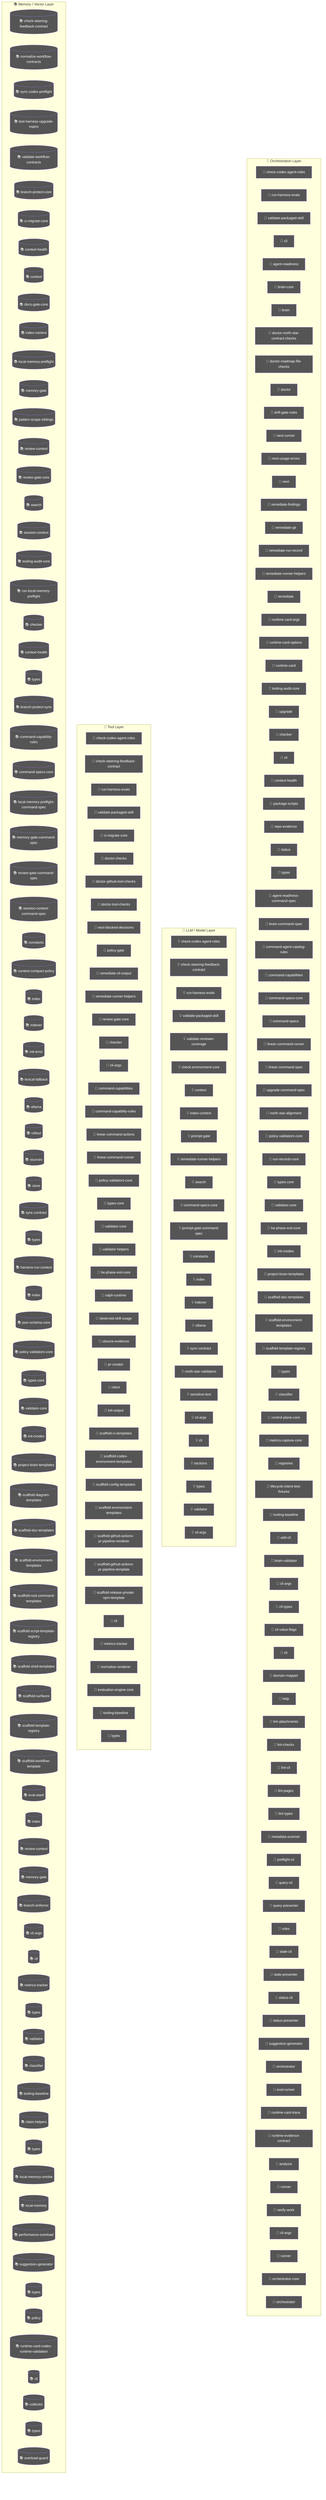
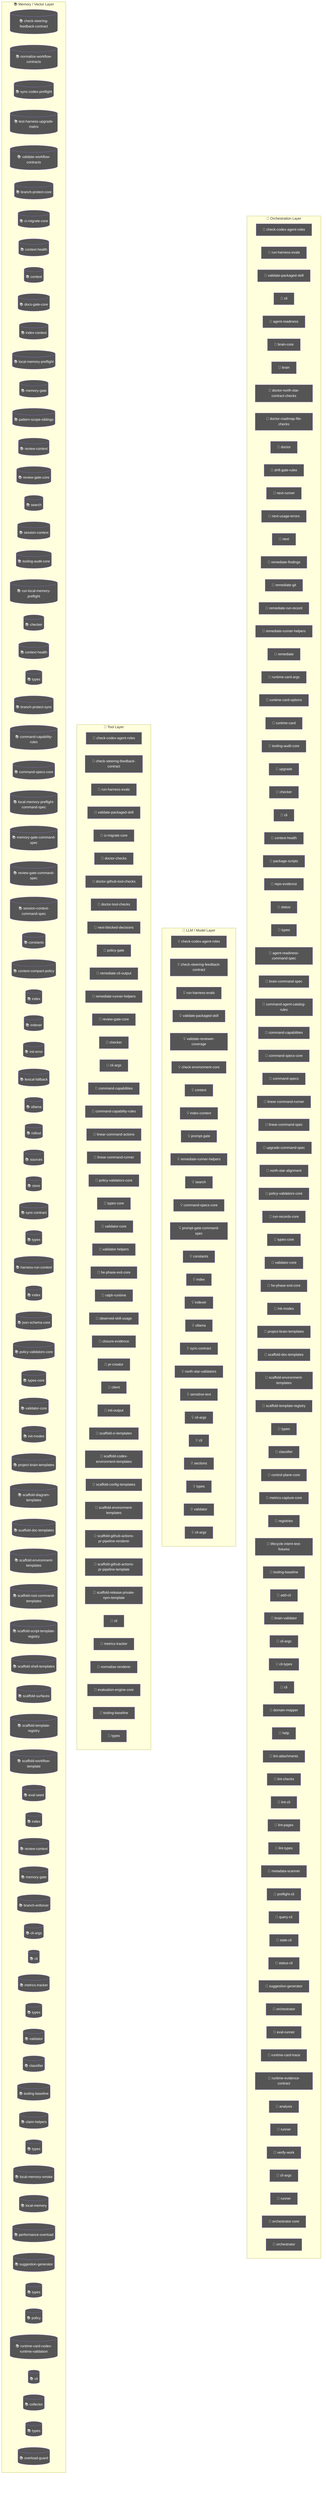
flowchart TD
  subgraph Orchestration["🎯 Orchestration Layer"]
    node_agent_mmd_orchestration_layer_orchestration_chec_7a9f0b64["🤖 check-codex-agent-roles"]
    node_agent_mmd_orchestration_layer_orchestration_run__18817957["🤖 run-harness-evals"]
    node_agent_mmd_orchestration_layer_orchestration_vali_c01b04be["🤖 validate-packaged-skill"]
    cli_99bb8840["🤖 cli"]
    agent_readiness_c82c68e6["🤖 agent-readiness"]
    brain_core_aa07c380["🤖 brain-core"]
    brain_bbbf7a64["🤖 brain"]
    doctor_north_star_contract_checks_0048124c["🤖 doctor-north-star-contract-checks"]
    doctor_roadmap_file_checks_14447b8e["🤖 doctor-roadmap-file-checks"]
    doctor_72f4be89["🤖 doctor"]
    drift_gate_rules_9685e72d["🤖 drift-gate-rules"]
    next_runner_41643472["🤖 next-runner"]
    next_usage_errors_837a345a["🤖 next-usage-errors"]
    next_c6c1c9a9["🤖 next"]
    remediate_findings_8b09c8c6["🤖 remediate-findings"]
    remediate_git_58c6f6f4["🤖 remediate-git"]
    remediate_run_record_9dfe5dc1["🤖 remediate-run-record"]
    node_agent_mmd_orchestration_layer_orchestration_reme_359fe98f["🤖 remediate-runner-helpers"]
    remediate_06b9c7fc["🤖 remediate"]
    runtime_card_args_2b3d4b28["🤖 runtime-card-args"]
    runtime_card_options_c9156ad5["🤖 runtime-card-options"]
    runtime_card_e06b53e1["🤖 runtime-card"]
    node_agent_mmd_orchestration_layer_orchestration_tool_acfe0c01["🤖 tooling-audit-core"]
    upgrade_7fef9479["🤖 upgrade"]
    node_agent_mmd_orchestration_layer_orchestration_chec_0550c395["🤖 checker"]
    cli_1_084e05fe["🤖 cli"]
    node_agent_mmd_orchestration_layer_orchestration_cont_61b3b9c9["🤖 context-health"]
    package_scripts_3ee6150f["🤖 package-scripts"]
    repo_evidence_38bb1de5["🤖 repo-evidence"]
    status_073c1634["🤖 status"]
    node_agent_mmd_orchestration_layer_orchestration_type_4f906dcc["🤖 types"]
    agent_readiness_command_spec_a30c2c1e["🤖 agent-readiness-command-spec"]
    brain_command_spec_15b122d5["🤖 brain-command-spec"]
    command_agent_catalog_rules_8e06b2af["🤖 command-agent-catalog-rules"]
    node_agent_mmd_orchestration_layer_orchestration_comm_6e41a7f7["🤖 command-capabilities"]
    node_agent_mmd_orchestration_layer_orchestration_comm_1f8cc24c["🤖 command-specs-core"]
    command_specs_69167c63["🤖 command-specs"]
    node_agent_mmd_orchestration_layer_orchestration_line_b67affd5["🤖 linear-command-runner"]
    linear_command_spec_1e12dd44["🤖 linear-command-spec"]
    upgrade_command_spec_03f6c7bd["🤖 upgrade-command-spec"]
    north_star_alignment_00440188["🤖 north-star-alignment"]
    node_agent_mmd_orchestration_layer_orchestration_poli_3270b55d["🤖 policy-validators-core"]
    run_records_core_89286dfa["🤖 run-records-core"]
    node_agent_mmd_orchestration_layer_orchestration_type_7cf81261["🤖 types-core"]
    node_agent_mmd_orchestration_layer_orchestration_vali_d9fe99e6["🤖 validator-core"]
    node_agent_mmd_orchestration_layer_orchestration_he_p_fc778c24["🤖 he-phase-exit-core"]
    node_agent_mmd_orchestration_layer_orchestration_init_2a9c3ecb["🤖 init-modes"]
    node_agent_mmd_orchestration_layer_orchestration_proj_6ab6f60f["🤖 project-brain-templates"]
    node_agent_mmd_orchestration_layer_orchestration_scaf_12cc07db["🤖 scaffold-doc-templates"]
    node_agent_mmd_orchestration_layer_orchestration_scaf_c9a90c2f["🤖 scaffold-environment-templates"]
    node_agent_mmd_orchestration_layer_orchestration_scaf_ff8f92f6["🤖 scaffold-template-registry"]
    types_13_d025517b["🤖 types"]
    node_agent_mmd_orchestration_layer_orchestration_clas_899b821a["🤖 classifier"]
    control_plane_core_db3b4cb2["🤖 control-plane-core"]
    metrics_capture_core_db4bf7cf["🤖 metrics-capture-core"]
    registries_06402afa["🤖 registries"]
    lifecycle_intent_test_fixtures_a53c7ada["🤖 lifecycle-intent-test-fixtures"]
    node_agent_mmd_orchestration_layer_orchestration_tool_cc43149f["🤖 tooling-baseline"]
    add_cli_7614de25["🤖 add-cli"]
    brain_validator_be251832["🤖 brain-validator"]
    cli_args_8_d546936e["🤖 cli-args"]
    cli_types_1686e858["🤖 cli-types"]
-     cli_value_flags_732a8e43["🤖 cli-value-flags"]
    cli_9_b54c1407["🤖 cli"]
    domain_mapper_cd9333d2["🤖 domain-mapper"]
    help_106a5842["🤖 help"]
    lint_attachments_873c0632["🤖 lint-attachments"]
    lint_checks_83522b19["🤖 lint-checks"]
    lint_cli_9ec62ec0["🤖 lint-cli"]
    lint_pages_e33301d0["🤖 lint-pages"]
    lint_types_2862c255["🤖 lint-types"]
    metadata_scanner_6a101b66["🤖 metadata-scanner"]
    preflight_cli_5d148379["🤖 preflight-cli"]
    query_cli_b95be64d["🤖 query-cli"]
-     query_presenter_02e6077c["🤖 query-presenter"]
-     rules_6c621d1a["🤖 rules"]
    stale_cli_64548720["🤖 stale-cli"]
-     stale_presenter_1de4e3a2["🤖 stale-presenter"]
    status_cli_4c24a0d6["🤖 status-cli"]
-     status_presenter_8de686c1["🤖 status-presenter"]
    node_agent_mmd_orchestration_layer_orchestration_sugg_85c5ebe3["🤖 suggestion-generator"]
    orchestrator_11376b7e["🤖 orchestrator"]
    eval_runner_0966a6b3["🤖 eval-runner"]
    runtime_card_trace_64a5ca95["🤖 runtime-card-trace"]
    runtime_evidence_contract_0f7b15b2["🤖 runtime-evidence-contract"]
    analysis_f44e85c4["🤖 analysis"]
    runner_527aa9f4["🤖 runner"]
    verify_work_1_cd8e7ec3["🤖 verify-work"]
    cli_args_14_3481043e["🤖 cli-args"]
    runner_1_6f281bf8["🤖 runner"]
    orchestrator_core_d0678b53["🤖 orchestrator-core"]
    orchestrator_1_6b7137c5["🤖 orchestrator"]
  end
  subgraph LLMLayer["🧠 LLM / Model Layer"]
    node_agent_mmd_llm_model_layer_llmlayer_check_codex_a_29e7b7fa["💡 check-codex-agent-roles"]
    node_agent_mmd_llm_model_layer_llmlayer_check_steerin_a7dbbd2f["💡 check-steering-feedback-contract"]
    node_agent_mmd_llm_model_layer_llmlayer_run_harness_e_603fcfdc["💡 run-harness-evals"]
    node_agent_mmd_llm_model_layer_llmlayer_validate_pack_2a12e1f4["💡 validate-packaged-skill"]
    validate_reviewer_coverage_251efee3["💡 validate-reviewer-coverage"]
    check_environment_core_2c16213f["💡 check-environment-core"]
    node_agent_mmd_llm_model_layer_llmlayer_context_conte_ad2dfbd9["💡 context"]
    node_agent_mmd_llm_model_layer_llmlayer_index_context_1041bd11["💡 index-context"]
    prompt_gate_c5e9d207["💡 prompt-gate"]
    node_agent_mmd_llm_model_layer_llmlayer_remediate_run_9e3d4585["💡 remediate-runner-helpers"]
    node_agent_mmd_llm_model_layer_llmlayer_search_search_66b9a911["💡 search"]
    node_agent_mmd_llm_model_layer_llmlayer_command_specs_782af9fa["💡 command-specs-core"]
    prompt_gate_command_spec_9a941482["💡 prompt-gate-command-spec"]
    node_agent_mmd_llm_model_layer_llmlayer_constants_con_c9bd3f6c["💡 constants"]
    node_agent_mmd_llm_model_layer_llmlayer_index_index_1_02e160ff["💡 index"]
    node_agent_mmd_llm_model_layer_llmlayer_indexer_index_4f4deef5["💡 indexer"]
    node_agent_mmd_llm_model_layer_llmlayer_ollama_ollama_968b23fa["💡 ollama"]
    node_agent_mmd_llm_model_layer_llmlayer_sync_contract_9f3cc8c1["💡 sync-contract"]
    north_star_validators_cfc926ce["💡 north-star-validators"]
    sensitive_text_7c11f760["💡 sensitive-text"]
    cli_args_9_9c136878["💡 cli-args"]
    cli_10_35dc8cbd["💡 cli"]
    sections_4697ef32["💡 sections"]
    types_23_4352ee2e["💡 types"]
    validator_6_3688adbf["💡 validator"]
    cli_args_10_861cdd3f["💡 cli-args"]
  end
  subgraph ToolLayer["🔧 Tool Layer"]
    node_agent_mmd_tool_layer_toollayer_check_codex_agent_4b361d5a["🔧 check-codex-agent-roles"]
    node_agent_mmd_tool_layer_toollayer_check_steering_fe_84ed22c2["🔧 check-steering-feedback-contract"]
    node_agent_mmd_tool_layer_toollayer_run_harness_evals_e2ee24f1["🔧 run-harness-evals"]
    node_agent_mmd_tool_layer_toollayer_validate_packaged_2855c827["🔧 validate-packaged-skill"]
    node_agent_mmd_tool_layer_toollayer_ci_migrate_core_c_049f8460["🔧 ci-migrate-core"]
    doctor_checks_5a2eb2b9["🔧 doctor-checks"]
    doctor_github_tool_checks_a53b0382["🔧 doctor-github-tool-checks"]
    doctor_tool_checks_4acac51a["🔧 doctor-tool-checks"]
    next_blocked_decisions_4140ad2b["🔧 next-blocked-decisions"]
    policy_gate_213f7313["🔧 policy-gate"]
    remediate_cli_output_cc165396["🔧 remediate-cli-output"]
    node_agent_mmd_tool_layer_toollayer_remediate_runner__c003b871["🔧 remediate-runner-helpers"]
    node_agent_mmd_tool_layer_toollayer_review_gate_core__7704598b["🔧 review-gate-core"]
    node_agent_mmd_tool_layer_toollayer_checker_checker_2_453d593b["🔧 checker"]
    cli_args_1_6144b055["🔧 cli-args"]
    node_agent_mmd_tool_layer_toollayer_command_capabilit_7fe13db1["🔧 command-capabilities"]
    node_agent_mmd_tool_layer_toollayer_command_capabilit_e97a4615["🔧 command-capability-rules"]
    linear_command_actions_e430f4f4["🔧 linear-command-actions"]
    node_agent_mmd_tool_layer_toollayer_linear_command_ru_d6763748["🔧 linear-command-runner"]
    node_agent_mmd_tool_layer_toollayer_policy_validators_af136abf["🔧 policy-validators-core"]
    node_agent_mmd_tool_layer_toollayer_types_core_types__6c8319b6["🔧 types-core"]
    node_agent_mmd_tool_layer_toollayer_validator_core_va_6ef6131f["🔧 validator-core"]
    validator_helpers_7b927667["🔧 validator-helpers"]
    node_agent_mmd_tool_layer_toollayer_he_phase_exit_cor_af016160["🔧 he-phase-exit-core"]
    ralph_runtime_73d63c0e["🔧 ralph-runtime"]
    observed_skill_usage_ed7d5930["🔧 observed-skill-usage"]
    closure_evidence_aaa31467["🔧 closure-evidence"]
    pr_creator_dc6b1ea4["🔧 pr-creator"]
    client_948fe603["🔧 client"]
    init_output_360dce91["🔧 init-output"]
    scaffold_ci_templates_2afd6392["🔧 scaffold-ci-templates"]
    scaffold_codex_environment_templates_334fbbed["🔧 scaffold-codex-environment-templates"]
    scaffold_config_templates_4b80ce53["🔧 scaffold-config-templates"]
    node_agent_mmd_tool_layer_toollayer_scaffold_environm_c1afc013["🔧 scaffold-environment-templates"]
    scaffold_github_actions_pr_pipeline_renderer_1ee18de5["🔧 scaffold-github-actions-pr-pipeline-renderer"]
    scaffold_github_actions_pr_pipeline_template_e2b85f62["🔧 scaffold-github-actions-pr-pipeline-template"]
    scaffold_release_private_npm_template_075499f8["🔧 scaffold-release-private-npm-template"]
    node_agent_mmd_tool_layer_toollayer_cli_cli_2_1_32d9eeaf["🔧 cli"]
    node_agent_mmd_tool_layer_toollayer_metrics_tracker_m_4c9237d8["🔧 metrics-tracker"]
    normalise_renderer_85f2e563["🔧 normalise-renderer"]
    evaluation_engine_core_e054fe49["🔧 evaluation-engine-core"]
    node_agent_mmd_tool_layer_toollayer_tooling_baseline__61e66e9f["🔧 tooling-baseline"]
    types_32_bfe791ff["🔧 types"]
  end
  subgraph MemoryLayer["📚 Memory / Vector Layer"]
    node_agent_mmd_memory_vector_layer_memorylayer_check__d71f8993[("📚 check-steering-feedback-contract")]
    normalize_workflow_contracts_8701f1c8[("📚 normalize-workflow-contracts")]
    sync_codex_preflight_7e7a8dc2[("📚 sync-codex-preflight")]
    test_harness_upgrade_matrix_84113c4e[("📚 test-harness-upgrade-matrix")]
    validate_workflow_contracts_33dc063c[("📚 validate-workflow-contracts")]
    branch_protect_core_a8feb0fd[("📚 branch-protect-core")]
    node_agent_mmd_memory_vector_layer_memorylayer_ci_mig_0cd5b1a4[("📚 ci-migrate-core")]
    context_health_80bb7da9[("📚 context-health")]
    node_agent_mmd_memory_vector_layer_memorylayer_contex_78ceaaa9[("📚 context")]
    docs_gate_core_eb9b6c18[("📚 docs-gate-core")]
    node_agent_mmd_memory_vector_layer_memorylayer_index__6f3402d0[("📚 index-context")]
    local_memory_preflight_dcc36c42[("📚 local-memory-preflight")]
    memory_gate_a577a506[("📚 memory-gate")]
    pattern_scope_siblings_43abe000[("📚 pattern-scope-siblings")]
    review_context_ca6cf81d[("📚 review-context")]
    node_agent_mmd_memory_vector_layer_memorylayer_review_5bee9816[("📚 review-gate-core")]
    node_agent_mmd_memory_vector_layer_memorylayer_search_ac35cb7e[("📚 search")]
    session_context_e5ec72c0[("📚 session-context")]
    node_agent_mmd_memory_vector_layer_memorylayer_toolin_a1185b8f[("📚 tooling-audit-core")]
    run_local_memory_preflight_36e92808[("📚 run-local-memory-preflight")]
    node_agent_mmd_memory_vector_layer_memorylayer_checke_a583eb4f[("📚 checker")]
    node_agent_mmd_memory_vector_layer_memorylayer_contex_fe0865d6[("📚 context-health")]
    node_agent_mmd_memory_vector_layer_memorylayer_types__9ad640a0[("📚 types")]
    branch_protect_sync_570adb18[("📚 branch-protect-sync")]
    node_agent_mmd_memory_vector_layer_memorylayer_comman_c72a5d05[("📚 command-capability-rules")]
    node_agent_mmd_memory_vector_layer_memorylayer_comman_111eb454[("📚 command-specs-core")]
    local_memory_preflight_command_spec_9e23f3ce[("📚 local-memory-preflight-command-spec")]
    memory_gate_command_spec_dc9001a9[("📚 memory-gate-command-spec")]
    review_gate_command_spec_3187376a[("📚 review-gate-command-spec")]
    session_context_command_spec_973afbb1[("📚 session-context-command-spec")]
    node_agent_mmd_memory_vector_layer_memorylayer_consta_702d3f46[("📚 constants")]
    context_compact_policy_3dcaf95d[("📚 context-compact-policy")]
    node_agent_mmd_memory_vector_layer_memorylayer_index__752bc61e[("📚 index")]
    node_agent_mmd_memory_vector_layer_memorylayer_indexe_93e6d86f[("📚 indexer")]
    init_error_5c7dd49f[("📚 init-error")]
    lexical_fallback_723e2b3e[("📚 lexical-fallback")]
    node_agent_mmd_memory_vector_layer_memorylayer_ollama_6d51be16[("📚 ollama")]
    rollout_a4fa034c[("📚 rollout")]
    sources_878a52fc[("📚 sources")]
    store_824d80d7[("📚 store")]
    node_agent_mmd_memory_vector_layer_memorylayer_sync_c_e43418bc[("📚 sync-contract")]
    types_5_f869ec4b[("📚 types")]
    harness_run_context_ac7c77a9[("📚 harness-run-context")]
    index_1_faebc14e[("📚 index")]
    json_schema_core_96d7e328[("📚 json-schema-core")]
    node_agent_mmd_memory_vector_layer_memorylayer_policy_1944de42[("📚 policy-validators-core")]
    node_agent_mmd_memory_vector_layer_memorylayer_types__83f369fa[("📚 types-core")]
    node_agent_mmd_memory_vector_layer_memorylayer_valida_41034356[("📚 validator-core")]
    node_agent_mmd_memory_vector_layer_memorylayer_init_m_333d02c5[("📚 init-modes")]
    node_agent_mmd_memory_vector_layer_memorylayer_projec_3ae304d9[("📚 project-brain-templates")]
    scaffold_diagram_templates_dd88e83c[("📚 scaffold-diagram-templates")]
    node_agent_mmd_memory_vector_layer_memorylayer_scaffo_5fd73b94[("📚 scaffold-doc-templates")]
    node_agent_mmd_memory_vector_layer_memorylayer_scaffo_12b42341[("📚 scaffold-environment-templates")]
    scaffold_root_command_templates_404fed7f[("📚 scaffold-root-command-templates")]
    scaffold_script_template_registry_69312d4e[("📚 scaffold-script-template-registry")]
    scaffold_shell_templates_0ad0f915[("📚 scaffold-shell-templates")]
    scaffold_surfaces_12d6494e[("📚 scaffold-surfaces")]
    node_agent_mmd_memory_vector_layer_memorylayer_scaffo_a86eece1[("📚 scaffold-template-registry")]
    scaffold_workflow_template_92310587[("📚 scaffold-workflow-template")]
    eval_seed_5699fd3e[("📚 eval-seed")]
    index_6_fc9e91e2[("📚 index")]
    review_context_1_e3afed15[("📚 review-context")]
    memory_gate_1_265164ac[("📚 memory-gate")]
    branch_enforcer_acb749cd[("📚 branch-enforcer")]
    cli_args_5_09ea29f0[("📚 cli-args")]
    node_agent_mmd_memory_vector_layer_memorylayer_cli_cl_1f1f89ab[("📚 cli")]
    node_agent_mmd_memory_vector_layer_memorylayer_metric_12562178[("📚 metrics-tracker")]
    types_15_86775c96[("📚 types")]
    validator_4_5180cf23[("📚 validator")]
    node_agent_mmd_memory_vector_layer_memorylayer_classi_1ebbf5ff[("📚 classifier")]
    node_agent_mmd_memory_vector_layer_memorylayer_toolin_14f86b00[("📚 tooling-baseline")]
    claim_helpers_20dc8387[("📚 claim-helpers")]
    types_20_071a0112[("📚 types")]
    local_memory_smoke_1175abfc[("📚 local-memory-smoke")]
    local_memory_0db17ecc[("📚 local-memory")]
    performance_overload_c685bfcf[("📚 performance-overload")]
    node_agent_mmd_memory_vector_layer_memorylayer_sugges_267f408d[("📚 suggestion-generator")]
    types_27_4d134744[("📚 types")]
    policy_1_fc4198db[("📚 policy")]
    runtime_card_codex_runtime_validation_d8ce9934[("📚 runtime-card-codex-runtime-validation")]
    cli_11_338a8415[("📚 cli")]
    collector_0736fd5b[("📚 collector")]
    types_30_424b976c[("📚 types")]
    overload_guard_2748c559[("📚 overload-guard")]
  end
  classDef agentNode fill:#555,color:#fff
-   class node_agent_mmd_orchestration_layer_orchestration_chec_7a9f0b64,node_agent_mmd_llm_model_layer_llmlayer_check_codex_a_29e7b7fa,node_agent_mmd_tool_layer_toollayer_check_codex_agent_4b361d5a,node_agent_mmd_orchestration_layer_orchestration_run__18817957,node_agent_mmd_llm_model_layer_llmlayer_run_harness_e_603fcfdc,node_agent_mmd_tool_layer_toollayer_run_harness_evals_e2ee24f1,node_agent_mmd_orchestration_layer_orchestration_vali_c01b04be,node_agent_mmd_llm_model_layer_llmlayer_validate_pack_2a12e1f4,node_agent_mmd_tool_layer_toollayer_validate_packaged_2855c827,cli_99bb8840,agent_readiness_c82c68e6,brain_core_aa07c380,brain_bbbf7a64,doctor_north_star_contract_checks_0048124c,doctor_roadmap_file_checks_14447b8e,doctor_72f4be89,drift_gate_rules_9685e72d,next_runner_41643472,next_usage_errors_837a345a,next_c6c1c9a9,remediate_findings_8b09c8c6,remediate_git_58c6f6f4,remediate_run_record_9dfe5dc1,node_agent_mmd_orchestration_layer_orchestration_reme_359fe98f,node_agent_mmd_llm_model_layer_llmlayer_remediate_run_9e3d4585,node_agent_mmd_tool_layer_toollayer_remediate_runner__c003b871,remediate_06b9c7fc,runtime_card_args_2b3d4b28,runtime_card_options_c9156ad5,runtime_card_e06b53e1,node_agent_mmd_orchestration_layer_orchestration_tool_acfe0c01,node_agent_mmd_memory_vector_layer_memorylayer_toolin_a1185b8f,upgrade_7fef9479,node_agent_mmd_orchestration_layer_orchestration_chec_0550c395,node_agent_mmd_tool_layer_toollayer_checker_checker_2_453d593b,node_agent_mmd_memory_vector_layer_memorylayer_checke_a583eb4f,cli_1_084e05fe,node_agent_mmd_orchestration_layer_orchestration_cont_61b3b9c9,node_agent_mmd_memory_vector_layer_memorylayer_contex_fe0865d6,package_scripts_3ee6150f,repo_evidence_38bb1de5,status_073c1634,node_agent_mmd_orchestration_layer_orchestration_type_4f906dcc,node_agent_mmd_memory_vector_layer_memorylayer_types__9ad640a0,agent_readiness_command_spec_a30c2c1e,brain_command_spec_15b122d5,command_agent_catalog_rules_8e06b2af,node_agent_mmd_orchestration_layer_orchestration_comm_6e41a7f7,node_agent_mmd_tool_layer_toollayer_command_capabilit_7fe13db1,node_agent_mmd_orchestration_layer_orchestration_comm_1f8cc24c,node_agent_mmd_llm_model_layer_llmlayer_command_specs_782af9fa,node_agent_mmd_memory_vector_layer_memorylayer_comman_111eb454,command_specs_69167c63,node_agent_mmd_orchestration_layer_orchestration_line_b67affd5,node_agent_mmd_tool_layer_toollayer_linear_command_ru_d6763748,linear_command_spec_1e12dd44,upgrade_command_spec_03f6c7bd,north_star_alignment_00440188,node_agent_mmd_orchestration_layer_orchestration_poli_3270b55d,node_agent_mmd_tool_layer_toollayer_policy_validators_af136abf,node_agent_mmd_memory_vector_layer_memorylayer_policy_1944de42,run_records_core_89286dfa,node_agent_mmd_orchestration_layer_orchestration_type_7cf81261,node_agent_mmd_tool_layer_toollayer_types_core_types__6c8319b6,node_agent_mmd_memory_vector_layer_memorylayer_types__83f369fa,node_agent_mmd_orchestration_layer_orchestration_vali_d9fe99e6,node_agent_mmd_tool_layer_toollayer_validator_core_va_6ef6131f,node_agent_mmd_memory_vector_layer_memorylayer_valida_41034356,node_agent_mmd_orchestration_layer_orchestration_he_p_fc778c24,node_agent_mmd_tool_layer_toollayer_he_phase_exit_cor_af016160,node_agent_mmd_orchestration_layer_orchestration_init_2a9c3ecb,node_agent_mmd_memory_vector_layer_memorylayer_init_m_333d02c5,node_agent_mmd_orchestration_layer_orchestration_proj_6ab6f60f,node_agent_mmd_memory_vector_layer_memorylayer_projec_3ae304d9,node_agent_mmd_orchestration_layer_orchestration_scaf_12cc07db,node_agent_mmd_memory_vector_layer_memorylayer_scaffo_5fd73b94,node_agent_mmd_orchestration_layer_orchestration_scaf_c9a90c2f,node_agent_mmd_tool_layer_toollayer_scaffold_environm_c1afc013,node_agent_mmd_memory_vector_layer_memorylayer_scaffo_12b42341,node_agent_mmd_orchestration_layer_orchestration_scaf_ff8f92f6,node_agent_mmd_memory_vector_layer_memorylayer_scaffo_a86eece1,types_13_d025517b,node_agent_mmd_orchestration_layer_orchestration_clas_899b821a,node_agent_mmd_memory_vector_layer_memorylayer_classi_1ebbf5ff,control_plane_core_db3b4cb2,metrics_capture_core_db4bf7cf,registries_06402afa,lifecycle_intent_test_fixtures_a53c7ada,node_agent_mmd_orchestration_layer_orchestration_tool_cc43149f,node_agent_mmd_tool_layer_toollayer_tooling_baseline__61e66e9f,node_agent_mmd_memory_vector_layer_memorylayer_toolin_14f86b00,add_cli_7614de25,brain_validator_be251832,cli_args_8_d546936e,cli_types_1686e858,cli_value_flags_732a8e43,cli_9_b54c1407,domain_mapper_cd9333d2,help_106a5842,lint_attachments_873c0632,lint_checks_83522b19,lint_cli_9ec62ec0,lint_pages_e33301d0,lint_types_2862c255,metadata_scanner_6a101b66,preflight_cli_5d148379,query_cli_b95be64d,query_presenter_02e6077c,rules_6c621d1a,stale_cli_64548720,stale_presenter_1de4e3a2,status_cli_4c24a0d6,status_presenter_8de686c1,node_agent_mmd_orchestration_layer_orchestration_sugg_85c5ebe3,node_agent_mmd_memory_vector_layer_memorylayer_sugges_267f408d,orchestrator_11376b7e,eval_runner_0966a6b3,runtime_card_trace_64a5ca95,runtime_evidence_contract_0f7b15b2,analysis_f44e85c4,runner_527aa9f4,verify_work_1_cd8e7ec3,cli_args_14_3481043e,runner_1_6f281bf8,orchestrator_core_d0678b53,orchestrator_1_6b7137c5 agentNode
+   class node_agent_mmd_orchestration_layer_orchestration_chec_7a9f0b64,node_agent_mmd_llm_model_layer_llmlayer_check_codex_a_29e7b7fa,node_agent_mmd_tool_layer_toollayer_check_codex_agent_4b361d5a,node_agent_mmd_orchestration_layer_orchestration_run__18817957,node_agent_mmd_llm_model_layer_llmlayer_run_harness_e_603fcfdc,node_agent_mmd_tool_layer_toollayer_run_harness_evals_e2ee24f1,node_agent_mmd_orchestration_layer_orchestration_vali_c01b04be,node_agent_mmd_llm_model_layer_llmlayer_validate_pack_2a12e1f4,node_agent_mmd_tool_layer_toollayer_validate_packaged_2855c827,cli_99bb8840,agent_readiness_c82c68e6,brain_core_aa07c380,brain_bbbf7a64,doctor_north_star_contract_checks_0048124c,doctor_roadmap_file_checks_14447b8e,doctor_72f4be89,drift_gate_rules_9685e72d,next_runner_41643472,next_usage_errors_837a345a,next_c6c1c9a9,remediate_findings_8b09c8c6,remediate_git_58c6f6f4,remediate_run_record_9dfe5dc1,node_agent_mmd_orchestration_layer_orchestration_reme_359fe98f,node_agent_mmd_llm_model_layer_llmlayer_remediate_run_9e3d4585,node_agent_mmd_tool_layer_toollayer_remediate_runner__c003b871,remediate_06b9c7fc,runtime_card_args_2b3d4b28,runtime_card_options_c9156ad5,runtime_card_e06b53e1,node_agent_mmd_orchestration_layer_orchestration_tool_acfe0c01,node_agent_mmd_memory_vector_layer_memorylayer_toolin_a1185b8f,upgrade_7fef9479,node_agent_mmd_orchestration_layer_orchestration_chec_0550c395,node_agent_mmd_tool_layer_toollayer_checker_checker_2_453d593b,node_agent_mmd_memory_vector_layer_memorylayer_checke_a583eb4f,cli_1_084e05fe,node_agent_mmd_orchestration_layer_orchestration_cont_61b3b9c9,node_agent_mmd_memory_vector_layer_memorylayer_contex_fe0865d6,package_scripts_3ee6150f,repo_evidence_38bb1de5,status_073c1634,node_agent_mmd_orchestration_layer_orchestration_type_4f906dcc,node_agent_mmd_memory_vector_layer_memorylayer_types__9ad640a0,agent_readiness_command_spec_a30c2c1e,brain_command_spec_15b122d5,command_agent_catalog_rules_8e06b2af,node_agent_mmd_orchestration_layer_orchestration_comm_6e41a7f7,node_agent_mmd_tool_layer_toollayer_command_capabilit_7fe13db1,node_agent_mmd_orchestration_layer_orchestration_comm_1f8cc24c,node_agent_mmd_llm_model_layer_llmlayer_command_specs_782af9fa,node_agent_mmd_memory_vector_layer_memorylayer_comman_111eb454,command_specs_69167c63,node_agent_mmd_orchestration_layer_orchestration_line_b67affd5,node_agent_mmd_tool_layer_toollayer_linear_command_ru_d6763748,linear_command_spec_1e12dd44,upgrade_command_spec_03f6c7bd,north_star_alignment_00440188,node_agent_mmd_orchestration_layer_orchestration_poli_3270b55d,node_agent_mmd_tool_layer_toollayer_policy_validators_af136abf,node_agent_mmd_memory_vector_layer_memorylayer_policy_1944de42,run_records_core_89286dfa,node_agent_mmd_orchestration_layer_orchestration_type_7cf81261,node_agent_mmd_tool_layer_toollayer_types_core_types__6c8319b6,node_agent_mmd_memory_vector_layer_memorylayer_types__83f369fa,node_agent_mmd_orchestration_layer_orchestration_vali_d9fe99e6,node_agent_mmd_tool_layer_toollayer_validator_core_va_6ef6131f,node_agent_mmd_memory_vector_layer_memorylayer_valida_41034356,node_agent_mmd_orchestration_layer_orchestration_he_p_fc778c24,node_agent_mmd_tool_layer_toollayer_he_phase_exit_cor_af016160,node_agent_mmd_orchestration_layer_orchestration_init_2a9c3ecb,node_agent_mmd_memory_vector_layer_memorylayer_init_m_333d02c5,node_agent_mmd_orchestration_layer_orchestration_proj_6ab6f60f,node_agent_mmd_memory_vector_layer_memorylayer_projec_3ae304d9,node_agent_mmd_orchestration_layer_orchestration_scaf_12cc07db,node_agent_mmd_memory_vector_layer_memorylayer_scaffo_5fd73b94,node_agent_mmd_orchestration_layer_orchestration_scaf_c9a90c2f,node_agent_mmd_tool_layer_toollayer_scaffold_environm_c1afc013,node_agent_mmd_memory_vector_layer_memorylayer_scaffo_12b42341,node_agent_mmd_orchestration_layer_orchestration_scaf_ff8f92f6,node_agent_mmd_memory_vector_layer_memorylayer_scaffo_a86eece1,types_13_d025517b,node_agent_mmd_orchestration_layer_orchestration_clas_899b821a,node_agent_mmd_memory_vector_layer_memorylayer_classi_1ebbf5ff,control_plane_core_db3b4cb2,metrics_capture_core_db4bf7cf,registries_06402afa,lifecycle_intent_test_fixtures_a53c7ada,node_agent_mmd_orchestration_layer_orchestration_tool_cc43149f,node_agent_mmd_tool_layer_toollayer_tooling_baseline__61e66e9f,node_agent_mmd_memory_vector_layer_memorylayer_toolin_14f86b00,add_cli_7614de25,brain_validator_be251832,cli_args_8_d546936e,cli_types_1686e858,cli_9_b54c1407,domain_mapper_cd9333d2,help_106a5842,lint_attachments_873c0632,lint_checks_83522b19,lint_cli_9ec62ec0,lint_pages_e33301d0,lint_types_2862c255,metadata_scanner_6a101b66,preflight_cli_5d148379,query_cli_b95be64d,stale_cli_64548720,status_cli_4c24a0d6,node_agent_mmd_orchestration_layer_orchestration_sugg_85c5ebe3,node_agent_mmd_memory_vector_layer_memorylayer_sugges_267f408d,orchestrator_11376b7e,eval_runner_0966a6b3,runtime_card_trace_64a5ca95,runtime_evidence_contract_0f7b15b2,analysis_f44e85c4,runner_527aa9f4,verify_work_1_cd8e7ec3,cli_args_14_3481043e,runner_1_6f281bf8,orchestrator_core_d0678b53,orchestrator_1_6b7137c5 agentNode
  classDef llmNode fill:#555,color:#fff
  class node_agent_mmd_orchestration_layer_orchestration_chec_7a9f0b64,node_agent_mmd_llm_model_layer_llmlayer_check_codex_a_29e7b7fa,node_agent_mmd_tool_layer_toollayer_check_codex_agent_4b361d5a,node_agent_mmd_llm_model_layer_llmlayer_check_steerin_a7dbbd2f,node_agent_mmd_tool_layer_toollayer_check_steering_fe_84ed22c2,node_agent_mmd_memory_vector_layer_memorylayer_check__d71f8993,node_agent_mmd_orchestration_layer_orchestration_run__18817957,node_agent_mmd_llm_model_layer_llmlayer_run_harness_e_603fcfdc,node_agent_mmd_tool_layer_toollayer_run_harness_evals_e2ee24f1,node_agent_mmd_orchestration_layer_orchestration_vali_c01b04be,node_agent_mmd_llm_model_layer_llmlayer_validate_pack_2a12e1f4,node_agent_mmd_tool_layer_toollayer_validate_packaged_2855c827,validate_reviewer_coverage_251efee3,check_environment_core_2c16213f,node_agent_mmd_llm_model_layer_llmlayer_context_conte_ad2dfbd9,node_agent_mmd_memory_vector_layer_memorylayer_contex_78ceaaa9,node_agent_mmd_llm_model_layer_llmlayer_index_context_1041bd11,node_agent_mmd_memory_vector_layer_memorylayer_index__6f3402d0,prompt_gate_c5e9d207,node_agent_mmd_orchestration_layer_orchestration_reme_359fe98f,node_agent_mmd_llm_model_layer_llmlayer_remediate_run_9e3d4585,node_agent_mmd_tool_layer_toollayer_remediate_runner__c003b871,node_agent_mmd_llm_model_layer_llmlayer_search_search_66b9a911,node_agent_mmd_memory_vector_layer_memorylayer_search_ac35cb7e,node_agent_mmd_orchestration_layer_orchestration_comm_1f8cc24c,node_agent_mmd_llm_model_layer_llmlayer_command_specs_782af9fa,node_agent_mmd_memory_vector_layer_memorylayer_comman_111eb454,prompt_gate_command_spec_9a941482,node_agent_mmd_llm_model_layer_llmlayer_constants_con_c9bd3f6c,node_agent_mmd_memory_vector_layer_memorylayer_consta_702d3f46,node_agent_mmd_llm_model_layer_llmlayer_index_index_1_02e160ff,node_agent_mmd_memory_vector_layer_memorylayer_index__752bc61e,node_agent_mmd_llm_model_layer_llmlayer_indexer_index_4f4deef5,node_agent_mmd_memory_vector_layer_memorylayer_indexe_93e6d86f,node_agent_mmd_llm_model_layer_llmlayer_ollama_ollama_968b23fa,node_agent_mmd_memory_vector_layer_memorylayer_ollama_6d51be16,node_agent_mmd_llm_model_layer_llmlayer_sync_contract_9f3cc8c1,node_agent_mmd_memory_vector_layer_memorylayer_sync_c_e43418bc,north_star_validators_cfc926ce,sensitive_text_7c11f760,cli_args_9_9c136878,cli_10_35dc8cbd,sections_4697ef32,types_23_4352ee2e,validator_6_3688adbf,cli_args_10_861cdd3f llmNode
  classDef toolNode fill:#555,color:#fff
  class node_agent_mmd_orchestration_layer_orchestration_chec_7a9f0b64,node_agent_mmd_llm_model_layer_llmlayer_check_codex_a_29e7b7fa,node_agent_mmd_tool_layer_toollayer_check_codex_agent_4b361d5a,node_agent_mmd_llm_model_layer_llmlayer_check_steerin_a7dbbd2f,node_agent_mmd_tool_layer_toollayer_check_steering_fe_84ed22c2,node_agent_mmd_memory_vector_layer_memorylayer_check__d71f8993,node_agent_mmd_orchestration_layer_orchestration_run__18817957,node_agent_mmd_llm_model_layer_llmlayer_run_harness_e_603fcfdc,node_agent_mmd_tool_layer_toollayer_run_harness_evals_e2ee24f1,node_agent_mmd_orchestration_layer_orchestration_vali_c01b04be,node_agent_mmd_llm_model_layer_llmlayer_validate_pack_2a12e1f4,node_agent_mmd_tool_layer_toollayer_validate_packaged_2855c827,node_agent_mmd_tool_layer_toollayer_ci_migrate_core_c_049f8460,node_agent_mmd_memory_vector_layer_memorylayer_ci_mig_0cd5b1a4,doctor_checks_5a2eb2b9,doctor_github_tool_checks_a53b0382,doctor_tool_checks_4acac51a,next_blocked_decisions_4140ad2b,policy_gate_213f7313,remediate_cli_output_cc165396,node_agent_mmd_orchestration_layer_orchestration_reme_359fe98f,node_agent_mmd_llm_model_layer_llmlayer_remediate_run_9e3d4585,node_agent_mmd_tool_layer_toollayer_remediate_runner__c003b871,node_agent_mmd_tool_layer_toollayer_review_gate_core__7704598b,node_agent_mmd_memory_vector_layer_memorylayer_review_5bee9816,node_agent_mmd_orchestration_layer_orchestration_chec_0550c395,node_agent_mmd_tool_layer_toollayer_checker_checker_2_453d593b,node_agent_mmd_memory_vector_layer_memorylayer_checke_a583eb4f,cli_args_1_6144b055,node_agent_mmd_orchestration_layer_orchestration_comm_6e41a7f7,node_agent_mmd_tool_layer_toollayer_command_capabilit_7fe13db1,node_agent_mmd_tool_layer_toollayer_command_capabilit_e97a4615,node_agent_mmd_memory_vector_layer_memorylayer_comman_c72a5d05,linear_command_actions_e430f4f4,node_agent_mmd_orchestration_layer_orchestration_line_b67affd5,node_agent_mmd_tool_layer_toollayer_linear_command_ru_d6763748,node_agent_mmd_orchestration_layer_orchestration_poli_3270b55d,node_agent_mmd_tool_layer_toollayer_policy_validators_af136abf,node_agent_mmd_memory_vector_layer_memorylayer_policy_1944de42,node_agent_mmd_orchestration_layer_orchestration_type_7cf81261,node_agent_mmd_tool_layer_toollayer_types_core_types__6c8319b6,node_agent_mmd_memory_vector_layer_memorylayer_types__83f369fa,node_agent_mmd_orchestration_layer_orchestration_vali_d9fe99e6,node_agent_mmd_tool_layer_toollayer_validator_core_va_6ef6131f,node_agent_mmd_memory_vector_layer_memorylayer_valida_41034356,validator_helpers_7b927667,node_agent_mmd_orchestration_layer_orchestration_he_p_fc778c24,node_agent_mmd_tool_layer_toollayer_he_phase_exit_cor_af016160,ralph_runtime_73d63c0e,observed_skill_usage_ed7d5930,closure_evidence_aaa31467,pr_creator_dc6b1ea4,client_948fe603,init_output_360dce91,scaffold_ci_templates_2afd6392,scaffold_codex_environment_templates_334fbbed,scaffold_config_templates_4b80ce53,node_agent_mmd_orchestration_layer_orchestration_scaf_c9a90c2f,node_agent_mmd_tool_layer_toollayer_scaffold_environm_c1afc013,node_agent_mmd_memory_vector_layer_memorylayer_scaffo_12b42341,scaffold_github_actions_pr_pipeline_renderer_1ee18de5,scaffold_github_actions_pr_pipeline_template_e2b85f62,scaffold_release_private_npm_template_075499f8,node_agent_mmd_tool_layer_toollayer_cli_cli_2_1_32d9eeaf,node_agent_mmd_memory_vector_layer_memorylayer_cli_cl_1f1f89ab,node_agent_mmd_tool_layer_toollayer_metrics_tracker_m_4c9237d8,node_agent_mmd_memory_vector_layer_memorylayer_metric_12562178,normalise_renderer_85f2e563,evaluation_engine_core_e054fe49,node_agent_mmd_orchestration_layer_orchestration_tool_cc43149f,node_agent_mmd_tool_layer_toollayer_tooling_baseline__61e66e9f,node_agent_mmd_memory_vector_layer_memorylayer_toolin_14f86b00,types_32_bfe791ff toolNode
  classDef memNode fill:#555,color:#fff
  class node_agent_mmd_llm_model_layer_llmlayer_check_steerin_a7dbbd2f,node_agent_mmd_tool_layer_toollayer_check_steering_fe_84ed22c2,node_agent_mmd_memory_vector_layer_memorylayer_check__d71f8993,normalize_workflow_contracts_8701f1c8,sync_codex_preflight_7e7a8dc2,test_harness_upgrade_matrix_84113c4e,validate_workflow_contracts_33dc063c,branch_protect_core_a8feb0fd,node_agent_mmd_tool_layer_toollayer_ci_migrate_core_c_049f8460,node_agent_mmd_memory_vector_layer_memorylayer_ci_mig_0cd5b1a4,context_health_80bb7da9,node_agent_mmd_llm_model_layer_llmlayer_context_conte_ad2dfbd9,node_agent_mmd_memory_vector_layer_memorylayer_contex_78ceaaa9,docs_gate_core_eb9b6c18,node_agent_mmd_llm_model_layer_llmlayer_index_context_1041bd11,node_agent_mmd_memory_vector_layer_memorylayer_index__6f3402d0,local_memory_preflight_dcc36c42,memory_gate_a577a506,pattern_scope_siblings_43abe000,review_context_ca6cf81d,node_agent_mmd_tool_layer_toollayer_review_gate_core__7704598b,node_agent_mmd_memory_vector_layer_memorylayer_review_5bee9816,node_agent_mmd_llm_model_layer_llmlayer_search_search_66b9a911,node_agent_mmd_memory_vector_layer_memorylayer_search_ac35cb7e,session_context_e5ec72c0,node_agent_mmd_orchestration_layer_orchestration_tool_acfe0c01,node_agent_mmd_memory_vector_layer_memorylayer_toolin_a1185b8f,run_local_memory_preflight_36e92808,node_agent_mmd_orchestration_layer_orchestration_chec_0550c395,node_agent_mmd_tool_layer_toollayer_checker_checker_2_453d593b,node_agent_mmd_memory_vector_layer_memorylayer_checke_a583eb4f,node_agent_mmd_orchestration_layer_orchestration_cont_61b3b9c9,node_agent_mmd_memory_vector_layer_memorylayer_contex_fe0865d6,node_agent_mmd_orchestration_layer_orchestration_type_4f906dcc,node_agent_mmd_memory_vector_layer_memorylayer_types__9ad640a0,branch_protect_sync_570adb18,node_agent_mmd_tool_layer_toollayer_command_capabilit_e97a4615,node_agent_mmd_memory_vector_layer_memorylayer_comman_c72a5d05,node_agent_mmd_orchestration_layer_orchestration_comm_1f8cc24c,node_agent_mmd_llm_model_layer_llmlayer_command_specs_782af9fa,node_agent_mmd_memory_vector_layer_memorylayer_comman_111eb454,local_memory_preflight_command_spec_9e23f3ce,memory_gate_command_spec_dc9001a9,review_gate_command_spec_3187376a,session_context_command_spec_973afbb1,node_agent_mmd_llm_model_layer_llmlayer_constants_con_c9bd3f6c,node_agent_mmd_memory_vector_layer_memorylayer_consta_702d3f46,context_compact_policy_3dcaf95d,node_agent_mmd_llm_model_layer_llmlayer_index_index_1_02e160ff,node_agent_mmd_memory_vector_layer_memorylayer_index__752bc61e,node_agent_mmd_llm_model_layer_llmlayer_indexer_index_4f4deef5,node_agent_mmd_memory_vector_layer_memorylayer_indexe_93e6d86f,init_error_5c7dd49f,lexical_fallback_723e2b3e,node_agent_mmd_llm_model_layer_llmlayer_ollama_ollama_968b23fa,node_agent_mmd_memory_vector_layer_memorylayer_ollama_6d51be16,rollout_a4fa034c,sources_878a52fc,store_824d80d7,node_agent_mmd_llm_model_layer_llmlayer_sync_contract_9f3cc8c1,node_agent_mmd_memory_vector_layer_memorylayer_sync_c_e43418bc,types_5_f869ec4b,harness_run_context_ac7c77a9,index_1_faebc14e,json_schema_core_96d7e328,node_agent_mmd_orchestration_layer_orchestration_poli_3270b55d,node_agent_mmd_tool_layer_toollayer_policy_validators_af136abf,node_agent_mmd_memory_vector_layer_memorylayer_policy_1944de42,node_agent_mmd_orchestration_layer_orchestration_type_7cf81261,node_agent_mmd_tool_layer_toollayer_types_core_types__6c8319b6,node_agent_mmd_memory_vector_layer_memorylayer_types__83f369fa,node_agent_mmd_orchestration_layer_orchestration_vali_d9fe99e6,node_agent_mmd_tool_layer_toollayer_validator_core_va_6ef6131f,node_agent_mmd_memory_vector_layer_memorylayer_valida_41034356,node_agent_mmd_orchestration_layer_orchestration_init_2a9c3ecb,node_agent_mmd_memory_vector_layer_memorylayer_init_m_333d02c5,node_agent_mmd_orchestration_layer_orchestration_proj_6ab6f60f,node_agent_mmd_memory_vector_layer_memorylayer_projec_3ae304d9,scaffold_diagram_templates_dd88e83c,node_agent_mmd_orchestration_layer_orchestration_scaf_12cc07db,node_agent_mmd_memory_vector_layer_memorylayer_scaffo_5fd73b94,node_agent_mmd_orchestration_layer_orchestration_scaf_c9a90c2f,node_agent_mmd_tool_layer_toollayer_scaffold_environm_c1afc013,node_agent_mmd_memory_vector_layer_memorylayer_scaffo_12b42341,scaffold_root_command_templates_404fed7f,scaffold_script_template_registry_69312d4e,scaffold_shell_templates_0ad0f915,scaffold_surfaces_12d6494e,node_agent_mmd_orchestration_layer_orchestration_scaf_ff8f92f6,node_agent_mmd_memory_vector_layer_memorylayer_scaffo_a86eece1,scaffold_workflow_template_92310587,eval_seed_5699fd3e,index_6_fc9e91e2,review_context_1_e3afed15,memory_gate_1_265164ac,branch_enforcer_acb749cd,cli_args_5_09ea29f0,node_agent_mmd_tool_layer_toollayer_cli_cli_2_1_32d9eeaf,node_agent_mmd_memory_vector_layer_memorylayer_cli_cl_1f1f89ab,node_agent_mmd_tool_layer_toollayer_metrics_tracker_m_4c9237d8,node_agent_mmd_memory_vector_layer_memorylayer_metric_12562178,types_15_86775c96,validator_4_5180cf23,node_agent_mmd_orchestration_layer_orchestration_clas_899b821a,node_agent_mmd_memory_vector_layer_memorylayer_classi_1ebbf5ff,node_agent_mmd_orchestration_layer_orchestration_tool_cc43149f,node_agent_mmd_tool_layer_toollayer_tooling_baseline__61e66e9f,node_agent_mmd_memory_vector_layer_memorylayer_toolin_14f86b00,claim_helpers_20dc8387,types_20_071a0112,local_memory_smoke_1175abfc,local_memory_0db17ecc,performance_overload_c685bfcf,node_agent_mmd_orchestration_layer_orchestration_sugg_85c5ebe3,node_agent_mmd_memory_vector_layer_memorylayer_sugges_267f408d,types_27_4d134744,policy_1_fc4198db,runtime_card_codex_runtime_validation_d8ce9934,cli_11_338a8415,collector_0736fd5b,types_30_424b976c,overload_guard_2748c559 memNode
